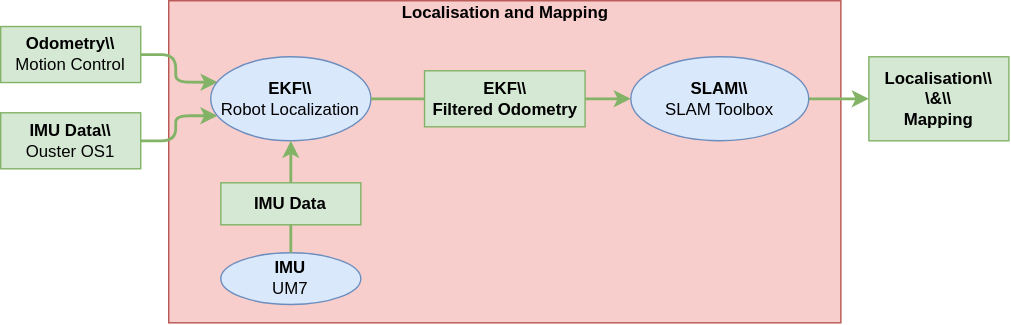
orjano-max/ORJANOS_MASTER_REPO keeps this draw.io diagram as Figures/figLocMapping.drawio.svg. Above is the earlier version. Source tidied: cells renumbered, new cells last; positions are measured from the earlier drawing's top-left corner, leaving out a move shared by most shapes.
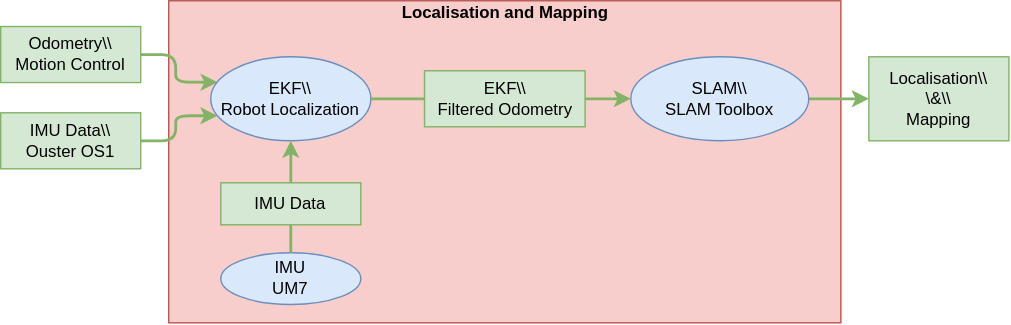
The same diagram one commit later.

Change to the diagram source:
```diff
@@ -5,10 +5,10 @@
     <mxCell id="2" style="rounded=0;whiteSpace=wrap;html=1;fillColor=#f8cecc;strokeColor=#b85450;" parent="1" vertex="1">
       <mxGeometry x="120" width="480" height="230" as="geometry" />
     </mxCell>
-    <mxCell id="3" value="&lt;b&gt;IMU Data\\&lt;br&gt;&lt;/b&gt;Ouster OS1&lt;b&gt;&lt;br&gt;&lt;/b&gt;" style="rounded=0;whiteSpace=wrap;html=1;fillColor=#d5e8d4;strokeColor=#82b366;" parent="1" vertex="1">
+    <mxCell id="3" value="IMU Data\\&lt;br&gt;Ouster OS1" style="rounded=0;whiteSpace=wrap;html=1;fillColor=#d5e8d4;strokeColor=#82b366;" parent="1" vertex="1">
       <mxGeometry y="80" width="100" height="40" as="geometry" />
     </mxCell>
-    <mxCell id="4" value="&lt;b&gt;Odometry\\&lt;br&gt;&lt;/b&gt;Motion Control&lt;b&gt;&lt;br&gt;&lt;/b&gt;" style="rounded=0;whiteSpace=wrap;html=1;fillColor=#d5e8d4;strokeColor=#82b366;" parent="1" vertex="1">
+    <mxCell id="4" value="Odometry\\&lt;br&gt;Motion Control&lt;b&gt;&lt;br&gt;&lt;/b&gt;" style="rounded=0;whiteSpace=wrap;html=1;fillColor=#d5e8d4;strokeColor=#82b366;" parent="1" vertex="1">
       <mxGeometry y="18.4" width="100" height="40" as="geometry" />
     </mxCell>
     <mxCell id="5" style="edgeStyle=orthogonalEdgeStyle;jettySize=auto;html=1;fillColor=#d5e8d4;strokeColor=#82b366;strokeWidth=2;rounded=1;exitX=1;exitY=0.5;exitDx=0;exitDy=0;entryX=0.042;entryY=0.702;entryDx=0;entryDy=0;entryPerimeter=0;" parent="1" edge="1" source="3" target="12">
@@ -17,7 +17,7 @@
     <mxCell id="6" style="edgeStyle=orthogonalEdgeStyle;jettySize=auto;html=1;fillColor=#d5e8d4;strokeColor=#82b366;strokeWidth=2;rounded=1;exitX=1;exitY=0.5;exitDx=0;exitDy=0;entryX=0.043;entryY=0.303;entryDx=0;entryDy=0;entryPerimeter=0;" parent="1" edge="1" source="4" target="12">
       <mxGeometry relative="1" as="geometry" />
     </mxCell>
-    <mxCell id="7" value="&lt;b&gt;Localisation\\&lt;br&gt;&lt;/b&gt;&lt;div&gt;&lt;b&gt;\&amp;amp;\\&lt;/b&gt;&lt;/div&gt;&lt;div&gt;&lt;b&gt;Mapping&lt;br&gt;&lt;/b&gt;&lt;/div&gt;" style="rounded=0;whiteSpace=wrap;html=1;fillColor=#d5e8d4;strokeColor=#82b366;" parent="1" vertex="1">
+    <mxCell id="7" value="Localisation\\&lt;br&gt;&lt;div&gt;\&amp;amp;\\&lt;/div&gt;&lt;div&gt;Mapping&lt;b&gt;&lt;br&gt;&lt;/b&gt;&lt;/div&gt;" style="rounded=0;whiteSpace=wrap;html=1;fillColor=#d5e8d4;strokeColor=#82b366;" parent="1" vertex="1">
       <mxGeometry x="620" y="40" width="100" height="60" as="geometry" />
     </mxCell>
     <mxCell id="8" style="edgeStyle=orthogonalEdgeStyle;jettySize=auto;html=1;fillColor=#d5e8d4;strokeColor=#82b366;strokeWidth=2;rounded=1;exitX=1;exitY=0.5;exitDx=0;exitDy=0;entryX=0;entryY=0.5;entryDx=0;entryDy=0;" parent="1" edge="1" source="13" target="7">
@@ -26,19 +26,19 @@
     <mxCell id="9" value="&lt;b&gt;Localisation and Mapping&lt;/b&gt;" style="text;html=1;strokeColor=none;fillColor=none;align=center;verticalAlign=middle;whiteSpace=wrap;rounded=0;" parent="1" vertex="1">
       <mxGeometry x="238.7" width="242.6" height="18.4" as="geometry" />
     </mxCell>
-    <mxCell id="10" value="IMU&lt;br&gt;&lt;span style=&quot;font-weight: normal;&quot;&gt;UM7&lt;br&gt;&lt;/span&gt;" style="ellipse;whiteSpace=wrap;html=1;fillColor=#dae8fc;strokeColor=#6c8ebf;fontStyle=1;" parent="1" vertex="1">
+    <mxCell id="10" value="IMU&lt;br&gt;&lt;span style=&quot;&quot;&gt;UM7&lt;br&gt;&lt;/span&gt;" style="ellipse;whiteSpace=wrap;html=1;fillColor=#dae8fc;strokeColor=#6c8ebf;fontStyle=0;" parent="1" vertex="1">
       <mxGeometry x="157.2" y="180" width="100" height="36.9" as="geometry" />
     </mxCell>
-    <mxCell id="11" value="&lt;b&gt;EKF\\&lt;br&gt;Filtered Odometry&lt;br&gt;&lt;/b&gt;" style="rounded=0;whiteSpace=wrap;html=1;fillColor=#d5e8d4;strokeColor=#82b366;" parent="1" vertex="1">
+    <mxCell id="11" value="EKF\\&lt;br&gt;Filtered Odometry&lt;b&gt;&lt;br&gt;&lt;/b&gt;" style="rounded=0;whiteSpace=wrap;html=1;fillColor=#d5e8d4;strokeColor=#82b366;" parent="1" vertex="1">
       <mxGeometry x="302.7" y="50" width="114.6" height="40" as="geometry" />
     </mxCell>
-    <mxCell id="12" value="EKF\\&lt;br&gt;&lt;span style=&quot;font-weight: normal;&quot;&gt;Robot Localization&lt;br&gt;&lt;/span&gt;" style="ellipse;whiteSpace=wrap;html=1;fillColor=#dae8fc;strokeColor=#6c8ebf;fontStyle=1;" parent="1" vertex="1">
+    <mxCell id="12" value="&lt;span style=&quot;&quot;&gt;EKF\\&lt;br&gt;Robot Localization&lt;/span&gt;" style="ellipse;whiteSpace=wrap;html=1;fillColor=#dae8fc;strokeColor=#6c8ebf;fontStyle=0;" parent="1" vertex="1">
       <mxGeometry x="150" y="40" width="114.4" height="60" as="geometry" />
     </mxCell>
-    <mxCell id="13" value="SLAM\\&lt;br&gt;&lt;span style=&quot;font-weight: normal;&quot;&gt;SLAM Toolbox&lt;/span&gt;" style="ellipse;whiteSpace=wrap;html=1;fillColor=#dae8fc;strokeColor=#6c8ebf;fontStyle=1;" parent="1" vertex="1">
+    <mxCell id="13" value="SLAM\\&lt;br&gt;SLAM Toolbox" style="ellipse;whiteSpace=wrap;html=1;fillColor=#dae8fc;strokeColor=#6c8ebf;fontStyle=0;" parent="1" vertex="1">
       <mxGeometry x="450" y="40" width="127.1" height="60" as="geometry" />
     </mxCell>
-    <mxCell id="14" value="&lt;b&gt;IMU Data&lt;br&gt;&lt;/b&gt;" style="rounded=0;whiteSpace=wrap;html=1;fillColor=#d5e8d4;strokeColor=#82b366;" parent="1" vertex="1">
+    <mxCell id="14" value="IMU Data" style="rounded=0;whiteSpace=wrap;html=1;fillColor=#d5e8d4;strokeColor=#82b366;" parent="1" vertex="1">
       <mxGeometry x="157.2" y="130" width="100" height="30" as="geometry" />
     </mxCell>
     <mxCell id="15" style="edgeStyle=orthogonalEdgeStyle;jettySize=auto;html=1;fillColor=#d5e8d4;strokeColor=#82b366;strokeWidth=2;rounded=1;exitX=0.5;exitY=0;exitDx=0;exitDy=0;entryX=0.5;entryY=1;entryDx=0;entryDy=0;endArrow=none;endFill=0;" parent="1" edge="1" source="10" target="14">
```
